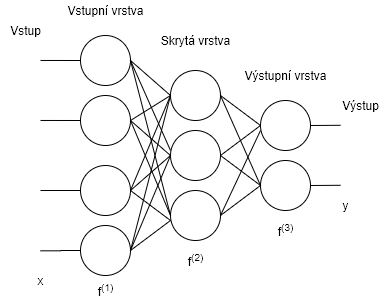
Above: thesis/obrazky/NNSchema.png in mbobcik/Automatic-Harmony-Generation (draw.io), before the change. Source tidied: cells renumbered, new cells last; positions are measured from the earlier drawing's top-left corner, leaving out a move shared by most shapes.
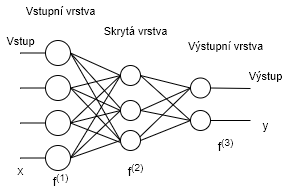
After the change.

Change to the diagram source:
```diff
@@ -2,106 +2,76 @@
   <root>
     <mxCell id="0" />
     <mxCell id="1" parent="0" />
-    <mxCell id="2" style="edgeStyle=orthogonalEdgeStyle;rounded=0;jettySize=auto;html=1;exitX=0;exitY=0.5;exitDx=0;exitDy=0;endArrow=none;endFill=0;" parent="1" edge="1" source="4">
-      <mxGeometry relative="1" as="geometry">
-        <mxPoint x="40" y="190" as="targetPoint" />
-      </mxGeometry>
-    </mxCell>
-    <mxCell id="3" style="edgeStyle=none;rounded=0;jettySize=auto;html=1;exitX=1;exitY=0.5;exitDx=0;exitDy=0;entryX=0;entryY=0.5;entryDx=0;entryDy=0;endArrow=none;endFill=0;" parent="1" edge="1" source="4" target="9">
+    <mxCell id="3" style="edgeStyle=none;rounded=0;jettySize=auto;html=1;exitX=1;exitY=0.5;exitDx=0;exitDy=0;entryX=0;entryY=0.5;entryDx=0;entryDy=0;endArrow=none;endFill=0;" parent="1" edge="1" source="51" target="9">
       <mxGeometry relative="1" as="geometry" />
     </mxCell>
-    <mxCell id="4" style="ellipse;whiteSpace=wrap;html=1;" parent="1" vertex="1">
-      <mxGeometry x="80" y="165" width="50" height="50" as="geometry" />
-    </mxCell>
-    <mxCell id="5" style="edgeStyle=orthogonalEdgeStyle;rounded=0;jettySize=auto;html=1;exitX=0;exitY=0.5;exitDx=0;exitDy=0;endArrow=none;endFill=0;" parent="1" edge="1" source="7">
-      <mxGeometry relative="1" as="geometry">
-        <mxPoint x="40" y="250.3" as="targetPoint" />
-      </mxGeometry>
-    </mxCell>
-    <mxCell id="6" style="edgeStyle=none;rounded=0;jettySize=auto;html=1;exitX=1;exitY=0.5;exitDx=0;exitDy=0;endArrow=none;endFill=0;" parent="1" edge="1" source="7">
-      <mxGeometry relative="1" as="geometry">
-        <mxPoint x="170" y="220" as="targetPoint" />
-      </mxGeometry>
+    <mxCell id="6" style="edgeStyle=none;rounded=0;jettySize=auto;html=1;exitX=1;exitY=0.5;exitDx=0;exitDy=0;endArrow=none;endFill=0;entryX=0;entryY=0.5;entryDx=0;entryDy=0;" parent="1" edge="1" source="7" target="13">
+      <mxGeometry relative="1" as="geometry" />
     </mxCell>
+    <mxCell id="45" style="edgeStyle=orthogonalEdgeStyle;rounded=0;jettySize=auto;html=1;exitX=0;exitY=0.5;exitDx=0;exitDy=0;endArrow=none;endFill=0;" parent="1" edge="1" source="7">
+      <mxGeometry relative="1" as="geometry">
+        <mxPoint x="70" y="218" as="targetPoint" />
+      </mxGeometry>
+    </mxCell>
     <mxCell id="7" style="ellipse;whiteSpace=wrap;html=1;" parent="1" vertex="1">
-      <mxGeometry x="80" y="225" width="50" height="50" as="geometry" />
+      <mxGeometry x="95" y="205" width="25" height="25" as="geometry" />
     </mxCell>
     <mxCell id="8" style="edgeStyle=none;rounded=0;jettySize=auto;html=1;exitX=1;exitY=0.5;exitDx=0;exitDy=0;entryX=0;entryY=0.5;entryDx=0;entryDy=0;endArrow=none;endFill=0;" parent="1" edge="1" source="9" target="15">
       <mxGeometry relative="1" as="geometry" />
     </mxCell>
     <mxCell id="9" style="ellipse;whiteSpace=wrap;html=1;" parent="1" vertex="1">
-      <mxGeometry x="170" y="70" width="50" height="50" as="geometry" />
+      <mxGeometry x="170" y="125" width="20" height="20" as="geometry" />
     </mxCell>
     <mxCell id="10" style="edgeStyle=none;rounded=0;jettySize=auto;html=1;exitX=1;exitY=0.5;exitDx=0;exitDy=0;entryX=0;entryY=0.5;entryDx=0;entryDy=0;endArrow=none;endFill=0;" parent="1" edge="1" source="11" target="15">
       <mxGeometry relative="1" as="geometry" />
     </mxCell>
     <mxCell id="11" style="ellipse;whiteSpace=wrap;html=1;" parent="1" vertex="1">
-      <mxGeometry x="170" y="130" width="50" height="50" as="geometry" />
+      <mxGeometry x="170" y="160" width="20" height="20" as="geometry" />
     </mxCell>
-    <mxCell id="12" style="edgeStyle=none;rounded=0;jettySize=auto;html=1;exitX=1;exitY=0.5;exitDx=0;exitDy=0;endArrow=none;endFill=0;" parent="1" edge="1" source="13">
-      <mxGeometry relative="1" as="geometry">
-        <mxPoint x="260" y="130" as="targetPoint" />
-      </mxGeometry>
+    <mxCell id="12" style="edgeStyle=none;rounded=0;jettySize=auto;html=1;exitX=0.933;exitY=0.353;exitDx=0;exitDy=0;endArrow=none;endFill=0;entryX=0;entryY=0.5;entryDx=0;entryDy=0;exitPerimeter=0;" parent="1" edge="1" source="13" target="15">
+      <mxGeometry relative="1" as="geometry" />
     </mxCell>
     <mxCell id="13" style="ellipse;whiteSpace=wrap;html=1;" parent="1" vertex="1">
-      <mxGeometry x="170" y="190" width="50" height="50" as="geometry" />
+      <mxGeometry x="170" y="190" width="20" height="20" as="geometry" />
     </mxCell>
     <mxCell id="14" style="edgeStyle=none;rounded=0;jettySize=auto;html=1;exitX=1;exitY=0.5;exitDx=0;exitDy=0;endArrow=none;endFill=0;" parent="1" edge="1" source="15">
       <mxGeometry relative="1" as="geometry">
-        <mxPoint x="340" y="124.8" as="targetPoint" />
+        <mxPoint x="300" y="148" as="targetPoint" />
       </mxGeometry>
     </mxCell>
     <mxCell id="15" style="ellipse;whiteSpace=wrap;html=1;" parent="1" vertex="1">
-      <mxGeometry x="260" y="100" width="50" height="50" as="geometry" />
+      <mxGeometry x="240" y="137.5" width="20" height="20" as="geometry" />
     </mxCell>
     <mxCell id="16" style="edgeStyle=none;rounded=0;jettySize=auto;html=1;exitX=1;exitY=0.5;exitDx=0;exitDy=0;endArrow=none;endFill=0;" parent="1" edge="1" source="17">
       <mxGeometry relative="1" as="geometry">
-        <mxPoint x="340" y="184.8" as="targetPoint" />
+        <mxPoint x="300" y="180" as="targetPoint" />
       </mxGeometry>
     </mxCell>
     <mxCell id="17" style="ellipse;whiteSpace=wrap;html=1;" parent="1" vertex="1">
-      <mxGeometry x="260" y="160" width="50" height="50" as="geometry" />
+      <mxGeometry x="240" y="170" width="20" height="20" as="geometry" />
     </mxCell>
-    <mxCell id="18" style="edgeStyle=orthogonalEdgeStyle;rounded=0;jettySize=auto;html=1;exitX=0;exitY=0.5;exitDx=0;exitDy=0;endArrow=none;endFill=0;" parent="1" edge="1" source="20">
-      <mxGeometry relative="1" as="geometry">
-        <mxPoint x="40" y="60" as="targetPoint" />
-      </mxGeometry>
-    </mxCell>
-    <mxCell id="19" style="rounded=0;jettySize=auto;html=1;entryX=0;entryY=0.5;entryDx=0;entryDy=0;endArrow=none;endFill=0;" parent="1" edge="1" target="9">
-      <mxGeometry relative="1" as="geometry">
-        <mxPoint x="130" y="60" as="sourcePoint" />
-      </mxGeometry>
+    <mxCell id="19" style="rounded=0;jettySize=auto;html=1;entryX=0;entryY=0.5;entryDx=0;entryDy=0;endArrow=none;endFill=0;exitX=1;exitY=0.5;exitDx=0;exitDy=0;" parent="1" edge="1" source="47" target="9">
+      <mxGeometry relative="1" as="geometry" />
     </mxCell>
-    <mxCell id="20" style="ellipse;whiteSpace=wrap;html=1;" parent="1" vertex="1">
-      <mxGeometry x="80" y="35" width="50" height="50" as="geometry" />
-    </mxCell>
-    <mxCell id="21" style="edgeStyle=orthogonalEdgeStyle;rounded=0;jettySize=auto;html=1;exitX=0;exitY=0.5;exitDx=0;exitDy=0;endArrow=none;endFill=0;" parent="1" edge="1" source="23">
-      <mxGeometry relative="1" as="geometry">
-        <mxPoint x="40" y="120" as="targetPoint" />
-      </mxGeometry>
-    </mxCell>
-    <mxCell id="22" style="edgeStyle=none;rounded=0;jettySize=auto;html=1;exitX=1;exitY=0.5;exitDx=0;exitDy=0;entryX=0;entryY=0.5;entryDx=0;entryDy=0;endArrow=none;endFill=0;" parent="1" edge="1" source="23" target="9">
+    <mxCell id="22" style="edgeStyle=none;rounded=0;jettySize=auto;html=1;exitX=1;exitY=0.5;exitDx=0;exitDy=0;entryX=0;entryY=0.5;entryDx=0;entryDy=0;endArrow=none;endFill=0;" parent="1" edge="1" source="49" target="9">
       <mxGeometry relative="1" as="geometry" />
     </mxCell>
-    <mxCell id="23" style="ellipse;whiteSpace=wrap;html=1;" parent="1" vertex="1">
-      <mxGeometry x="80" y="95" width="50" height="50" as="geometry" />
-    </mxCell>
-    <mxCell id="24" style="rounded=0;jettySize=auto;html=1;entryX=0;entryY=0.4;entryDx=0;entryDy=0;endArrow=none;endFill=0;exitX=1;exitY=0.5;exitDx=0;exitDy=0;entryPerimeter=0;" parent="1" edge="1" source="20" target="11">
+    <mxCell id="24" style="rounded=0;jettySize=auto;html=1;entryX=0;entryY=0.4;entryDx=0;entryDy=0;endArrow=none;endFill=0;exitX=1;exitY=0.5;exitDx=0;exitDy=0;entryPerimeter=0;" parent="1" edge="1" source="47" target="11">
       <mxGeometry relative="1" as="geometry" />
     </mxCell>
-    <mxCell id="25" style="rounded=0;jettySize=auto;html=1;entryX=0;entryY=0.5;entryDx=0;entryDy=0;endArrow=none;endFill=0;exitX=1;exitY=0.5;exitDx=0;exitDy=0;" parent="1" edge="1" source="20" target="13">
+    <mxCell id="25" style="rounded=0;jettySize=auto;html=1;entryX=0;entryY=0.5;entryDx=0;entryDy=0;endArrow=none;endFill=0;exitX=1;exitY=0.5;exitDx=0;exitDy=0;" parent="1" edge="1" source="47" target="13">
       <mxGeometry relative="1" as="geometry" />
     </mxCell>
-    <mxCell id="26" style="edgeStyle=none;rounded=0;jettySize=auto;html=1;exitX=1;exitY=0.5;exitDx=0;exitDy=0;entryX=0;entryY=0.5;entryDx=0;entryDy=0;endArrow=none;endFill=0;" parent="1" edge="1" source="23" target="11">
+    <mxCell id="26" style="edgeStyle=none;rounded=0;jettySize=auto;html=1;exitX=1;exitY=0.5;exitDx=0;exitDy=0;entryX=0;entryY=0.5;entryDx=0;entryDy=0;endArrow=none;endFill=0;" parent="1" edge="1" source="49" target="11">
       <mxGeometry relative="1" as="geometry" />
     </mxCell>
-    <mxCell id="27" style="edgeStyle=none;rounded=0;jettySize=auto;html=1;exitX=1;exitY=0.5;exitDx=0;exitDy=0;entryX=0;entryY=0.5;entryDx=0;entryDy=0;endArrow=none;endFill=0;" parent="1" edge="1" source="23" target="13">
+    <mxCell id="27" style="edgeStyle=none;rounded=0;jettySize=auto;html=1;entryX=0;entryY=0.5;entryDx=0;entryDy=0;endArrow=none;endFill=0;exitX=1;exitY=0.5;exitDx=0;exitDy=0;" parent="1" edge="1" source="49" target="13">
       <mxGeometry relative="1" as="geometry" />
     </mxCell>
-    <mxCell id="28" style="edgeStyle=none;rounded=0;jettySize=auto;html=1;exitX=1;exitY=0.5;exitDx=0;exitDy=0;entryX=0;entryY=0.5;entryDx=0;entryDy=0;endArrow=none;endFill=0;" parent="1" edge="1" source="4" target="11">
+    <mxCell id="28" style="edgeStyle=none;rounded=0;jettySize=auto;html=1;exitX=1;exitY=0.5;exitDx=0;exitDy=0;entryX=0;entryY=0.5;entryDx=0;entryDy=0;endArrow=none;endFill=0;" parent="1" edge="1" source="51" target="11">
       <mxGeometry relative="1" as="geometry" />
     </mxCell>
-    <mxCell id="29" style="edgeStyle=none;rounded=0;jettySize=auto;html=1;exitX=1;exitY=0.5;exitDx=0;exitDy=0;entryX=0;entryY=0.6;entryDx=0;entryDy=0;endArrow=none;endFill=0;entryPerimeter=0;" parent="1" edge="1" source="4" target="13">
+    <mxCell id="29" style="edgeStyle=none;rounded=0;jettySize=auto;html=1;exitX=1;exitY=0.5;exitDx=0;exitDy=0;entryX=0;entryY=0.6;entryDx=0;entryDy=0;endArrow=none;endFill=0;entryPerimeter=0;" parent="1" edge="1" source="51" target="13">
       <mxGeometry relative="1" as="geometry" />
     </mxCell>
     <mxCell id="30" style="edgeStyle=none;rounded=0;jettySize=auto;html=1;exitX=1;exitY=0.5;exitDx=0;exitDy=0;endArrow=none;endFill=0;entryX=0;entryY=0.5;entryDx=0;entryDy=0;" parent="1" edge="1" source="7" target="11">
@@ -113,43 +83,65 @@
     <mxCell id="32" style="edgeStyle=none;rounded=0;jettySize=auto;html=1;exitX=1;exitY=0.5;exitDx=0;exitDy=0;entryX=0;entryY=0.5;entryDx=0;entryDy=0;endArrow=none;endFill=0;" parent="1" edge="1" source="9" target="17">
       <mxGeometry relative="1" as="geometry" />
     </mxCell>
-    <mxCell id="33" style="edgeStyle=none;rounded=0;jettySize=auto;html=1;exitX=1;exitY=0.5;exitDx=0;exitDy=0;endArrow=none;endFill=0;entryX=0;entryY=0.5;entryDx=0;entryDy=0;" parent="1" edge="1" target="17">
-      <mxGeometry relative="1" as="geometry">
-        <mxPoint x="220" y="215" as="sourcePoint" />
-      </mxGeometry>
+    <mxCell id="33" style="edgeStyle=none;rounded=0;jettySize=auto;html=1;endArrow=none;endFill=0;entryX=0;entryY=0.5;entryDx=0;entryDy=0;exitX=1;exitY=0.5;exitDx=0;exitDy=0;" parent="1" edge="1" source="13" target="17">
+      <mxGeometry relative="1" as="geometry" />
     </mxCell>
     <mxCell id="34" style="edgeStyle=none;rounded=0;jettySize=auto;html=1;exitX=1;exitY=0.5;exitDx=0;exitDy=0;endArrow=none;endFill=0;entryX=0;entryY=0.5;entryDx=0;entryDy=0;" parent="1" edge="1" source="11" target="17">
       <mxGeometry relative="1" as="geometry" />
     </mxCell>
-    <mxCell id="35" value="Vstupní vrstva" style="text;html=1;align=center;verticalAlign=middle;" parent="1" vertex="1">
-      <mxGeometry x="60" width="90" height="20" as="geometry" />
+    <mxCell id="35" value="&lt;font style=&quot;font-size: 11px&quot;&gt;Vstupní vrstva&lt;/font&gt;" style="text;html=1;align=center;verticalAlign=middle;" parent="1" vertex="1">
+      <mxGeometry x="65" y="60" width="90" height="20" as="geometry" />
     </mxCell>
-    <mxCell id="36" value="Vstup" style="text;html=1;align=center;verticalAlign=middle;" parent="1" vertex="1">
-      <mxGeometry y="20" width="50" height="20" as="geometry" />
+    <mxCell id="36" value="&lt;font style=&quot;font-size: 11px&quot;&gt;Vstup&lt;/font&gt;" style="text;html=1;align=center;verticalAlign=middle;" parent="1" vertex="1">
+      <mxGeometry x="50" y="90" width="40" height="20" as="geometry" />
     </mxCell>
-    <mxCell id="37" value="Skrytá vrstva" style="text;html=1;align=center;verticalAlign=middle;" parent="1" vertex="1">
-      <mxGeometry x="155" y="30" width="80" height="20" as="geometry" />
+    <mxCell id="37" value="&lt;font style=&quot;font-size: 11px&quot;&gt;Skrytá vrstva&lt;/font&gt;" style="text;html=1;align=center;verticalAlign=middle;" parent="1" vertex="1">
+      <mxGeometry x="145" y="80" width="80" height="20" as="geometry" />
     </mxCell>
-    <mxCell id="38" value="Výstupní vrstva" style="text;html=1;align=center;verticalAlign=middle;" parent="1" vertex="1">
-      <mxGeometry x="235" y="65" width="100" height="20" as="geometry" />
+    <mxCell id="38" value="&lt;font style=&quot;font-size: 11px&quot;&gt;Výstupní vrstva&lt;/font&gt;" style="text;html=1;align=center;verticalAlign=middle;" parent="1" vertex="1">
+      <mxGeometry x="230" y="95" width="90" height="20" as="geometry" />
     </mxCell>
-    <mxCell id="39" value="Výstup" style="text;html=1;align=center;verticalAlign=middle;" parent="1" vertex="1">
-      <mxGeometry x="335" y="95" width="50" height="20" as="geometry" />
+    <mxCell id="39" value="&lt;font style=&quot;font-size: 11px&quot;&gt;Výstup&lt;/font&gt;" style="text;html=1;align=center;verticalAlign=middle;" parent="1" vertex="1">
+      <mxGeometry x="290" y="125" width="50" height="20" as="geometry" />
     </mxCell>
     <mxCell id="40" value="x" style="text;html=1;align=center;verticalAlign=middle;" parent="1" vertex="1">
-      <mxGeometry x="30" y="270" width="20" height="20" as="geometry" />
+      <mxGeometry x="60" y="220" width="20" height="20" as="geometry" />
     </mxCell>
     <mxCell id="41" value="f&lt;sup&gt;(1)&lt;/sup&gt;" style="text;html=1;align=center;verticalAlign=middle;" parent="1" vertex="1">
-      <mxGeometry x="90" y="280" width="30" height="20" as="geometry" />
+      <mxGeometry x="95" y="230" width="30" height="20" as="geometry" />
     </mxCell>
     <mxCell id="42" value="f&lt;sup&gt;(2)&lt;/sup&gt;" style="text;html=1;align=center;verticalAlign=middle;" parent="1" vertex="1">
-      <mxGeometry x="180" y="250" width="30" height="20" as="geometry" />
+      <mxGeometry x="170" y="220" width="30" height="20" as="geometry" />
     </mxCell>
     <mxCell id="43" value="f&lt;sup&gt;(3)&lt;/sup&gt;" style="text;html=1;align=center;verticalAlign=middle;" parent="1" vertex="1">
-      <mxGeometry x="270" y="220" width="30" height="20" as="geometry" />
+      <mxGeometry x="260" y="195" width="30" height="20" as="geometry" />
     </mxCell>
     <mxCell id="44" value="y" style="text;html=1;align=center;verticalAlign=middle;" parent="1" vertex="1">
-      <mxGeometry x="335" y="195" width="20" height="20" as="geometry" />
+      <mxGeometry x="305" y="175" width="20" height="20" as="geometry" />
     </mxCell>
+    <mxCell id="46" style="edgeStyle=orthogonalEdgeStyle;rounded=0;jettySize=auto;html=1;exitX=0;exitY=0.5;exitDx=0;exitDy=0;endArrow=none;endFill=0;" parent="1" edge="1" source="47">
+      <mxGeometry relative="1" as="geometry">
+        <mxPoint x="70" y="113" as="targetPoint" />
+      </mxGeometry>
+    </mxCell>
+    <mxCell id="47" style="ellipse;whiteSpace=wrap;html=1;" parent="1" vertex="1">
+      <mxGeometry x="95" y="100" width="25" height="25" as="geometry" />
+    </mxCell>
+    <mxCell id="48" style="edgeStyle=orthogonalEdgeStyle;rounded=0;jettySize=auto;html=1;exitX=0;exitY=0.5;exitDx=0;exitDy=0;endArrow=none;endFill=0;" parent="1" edge="1" source="49">
+      <mxGeometry relative="1" as="geometry">
+        <mxPoint x="70" y="148" as="targetPoint" />
+      </mxGeometry>
+    </mxCell>
+    <mxCell id="49" style="ellipse;whiteSpace=wrap;html=1;" parent="1" vertex="1">
+      <mxGeometry x="95" y="135" width="25" height="25" as="geometry" />
+    </mxCell>
+    <mxCell id="50" style="edgeStyle=orthogonalEdgeStyle;rounded=0;jettySize=auto;html=1;exitX=0;exitY=0.5;exitDx=0;exitDy=0;endArrow=none;endFill=0;" parent="1" edge="1" source="51">
+      <mxGeometry relative="1" as="geometry">
+        <mxPoint x="70" y="183" as="targetPoint" />
+      </mxGeometry>
+    </mxCell>
+    <mxCell id="51" style="ellipse;whiteSpace=wrap;html=1;" parent="1" vertex="1">
+      <mxGeometry x="95" y="170" width="25" height="25" as="geometry" />
+    </mxCell>
   </root>
 </mxGraphModel>
```
